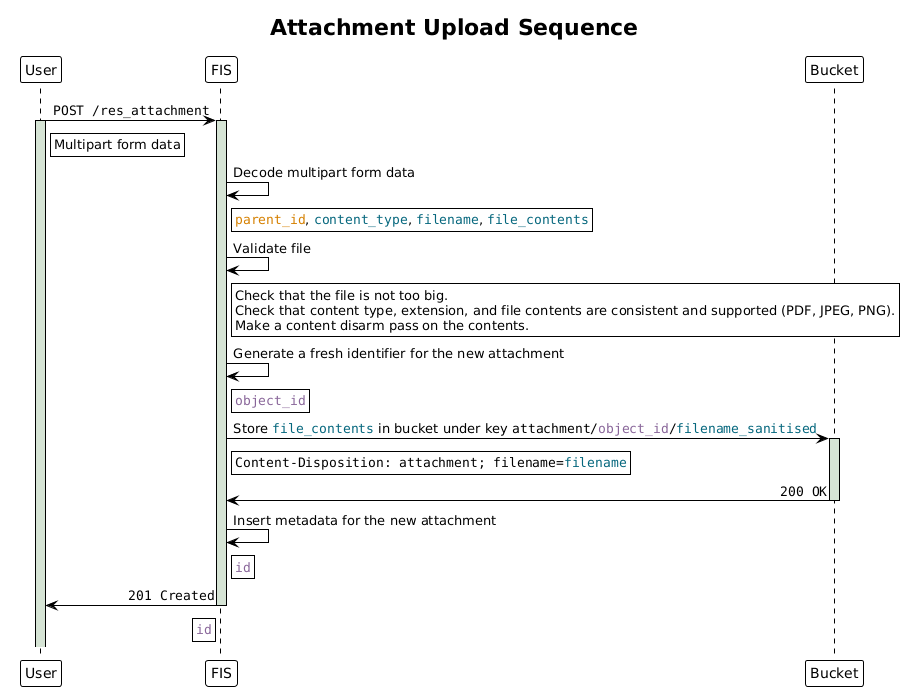
This is docs-dev/diagrams/attachment_upload_sequence.png from elhub/flex-information-system, a PlantUML export, as it was before one commit.
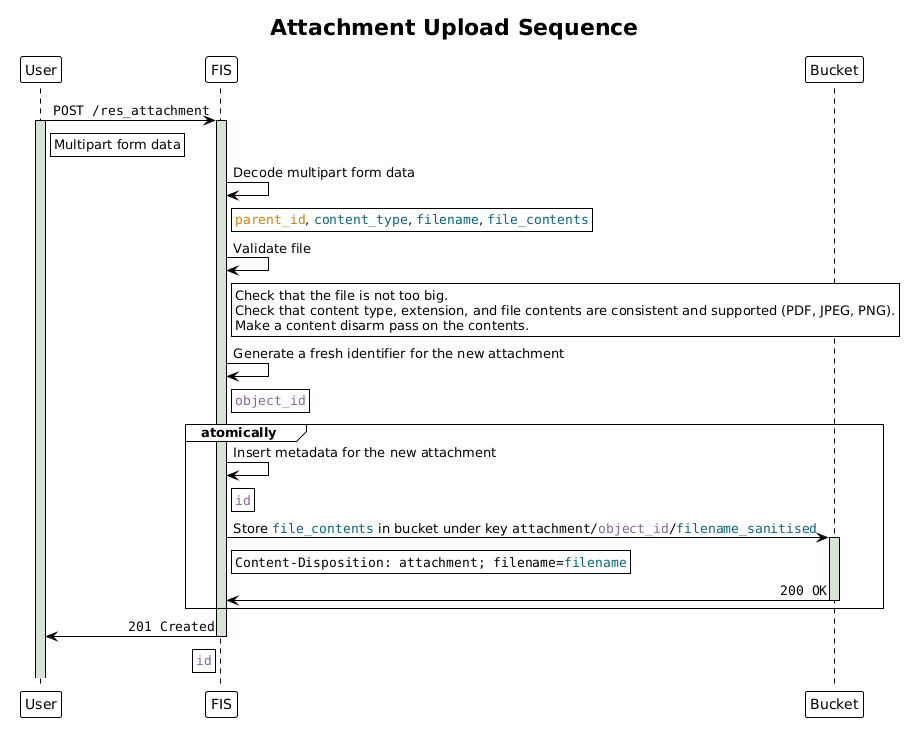
After the commit.

Commit message:
feat: fix transaction handling logic + store metadata first (FLEX-1323)

What changed in the source:
```diff
@@ -34,19 +34,21 @@
 ""<color #886599>object_id</color>""
 end note
 
-fis -> bucket: Store ""<color #05677d>file_contents</color>"" in bucket under key ""attachment/<color #886599>object_id</color>/<color #05677d>filename_sanitised</color>""
-activate bucket #d6e4d5
-rnote right of fis
-""Content-Disposition: attachment; filename=<color #05677d>filename</color>""
-end note
+group atomically
+  fis -> fis: Insert metadata for the new attachment
+  rnote right of fis
+  ""<color #886599>id</color>""
+  end note
 
-bucket -> fis: ""200 OK""
-deactivate bucket
+  fis -> bucket: Store ""<color #05677d>file_contents</color>"" in bucket under key ""attachment/<color #886599>object_id</color>/<color #05677d>filename_sanitised</color>""
+  activate bucket #d6e4d5
+  rnote right of fis
+  ""Content-Disposition: attachment; filename=<color #05677d>filename</color>""
+  end note
 
-fis -> fis: Insert metadata for the new attachment
-rnote right of fis
-""<color #886599>id</color>""
-end note
+  bucket -> fis: ""200 OK""
+  deactivate bucket
+end group
 
 fis -> user: ""201 Created""
 rnote left of fis
```
